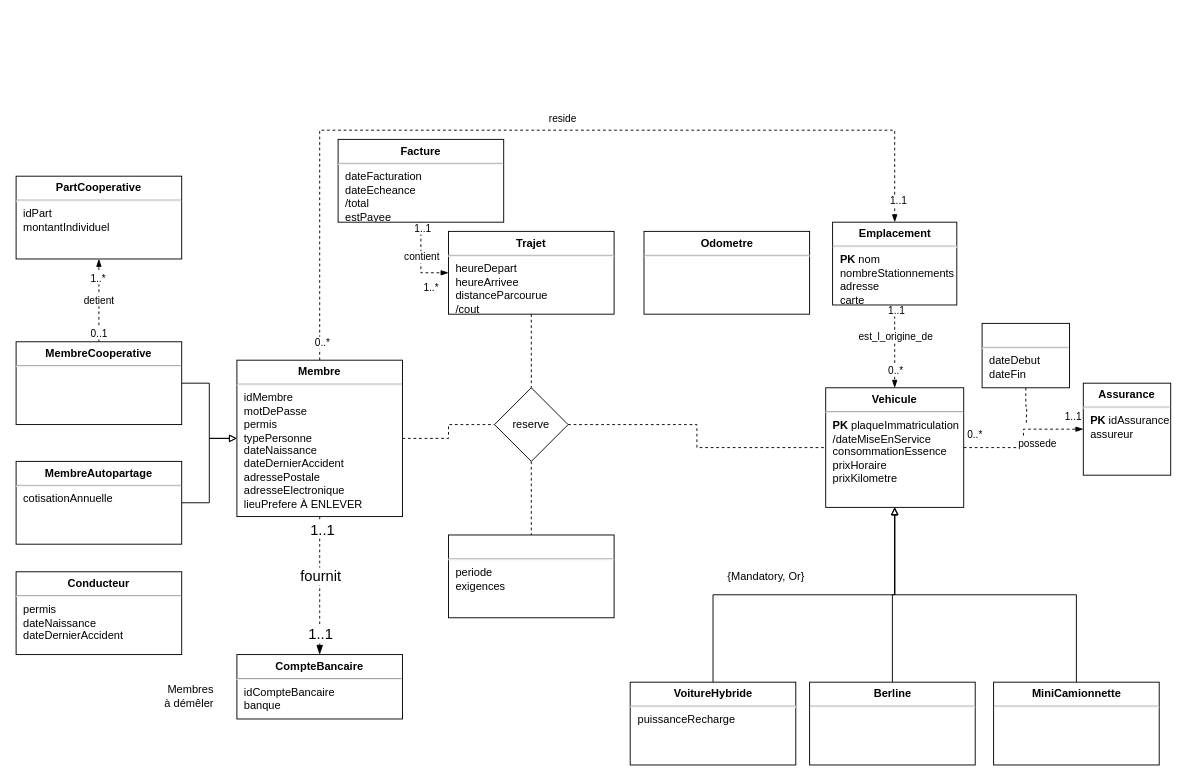
Earlier version of the draw.io diagram page "Juliette" (2 of 2) of TP4.drawio (lyg2/Reservation-SQL). Source tidied: cells renumbered, new cells numbered last; positions are measured from the earlier drawing's top-left corner, leaving out a move shared by most shapes. Both pictures are drawn from the tidied source at 92%, with x=0, y=0 at pixel (16, 130).
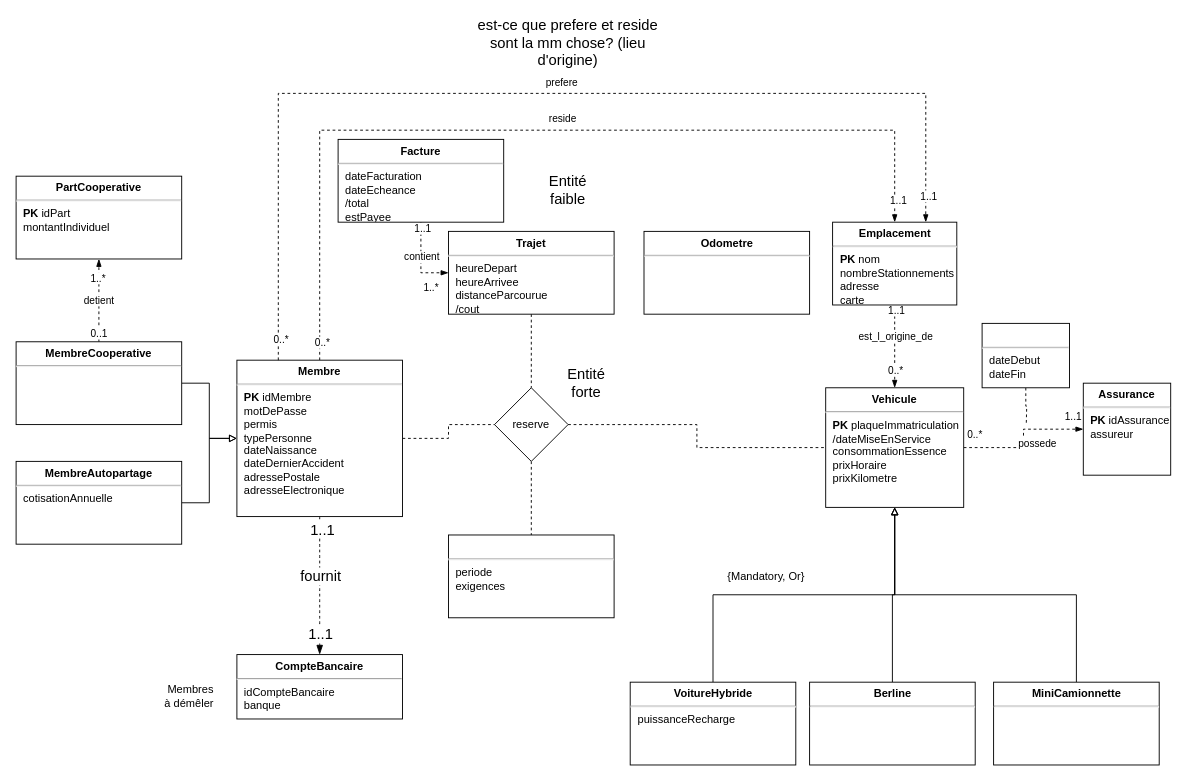
After the change.

The change refers to these unchanged cells:
```xml
<mxCell id="18" value="&lt;p style=&quot;margin:0px;margin-top:6px;text-align:center;&quot;&gt;&lt;b&gt;Emplacement&lt;/b&gt;&lt;/p&gt;&lt;hr&gt;&lt;p style=&quot;margin:0px;margin-left:8px;&quot;&gt;&lt;b&gt;PK&lt;/b&gt; nom&lt;/p&gt;&lt;p style=&quot;margin:0px;margin-left:8px;&quot;&gt;nombreStationnements&lt;/p&gt;&lt;p style=&quot;margin:0px;margin-left:8px;&quot;&gt;adresse&lt;/p&gt;&lt;p style=&quot;margin:0px;margin-left:8px;&quot;&gt;carte&lt;/p&gt;" style="align=left;overflow=fill;html=1;" parent="1" vertex="1">
  <mxGeometry x="887.5" y="100" width="135" height="90" as="geometry" />
</mxCell>
```

Change to the diagram source:
```diff
@@
-    <mxCell id="40" value="&lt;p style=&quot;margin:0px;margin-top:6px;text-align:center;&quot;&gt;&lt;b&gt;PartCooperative&lt;/b&gt;&lt;/p&gt;&lt;hr&gt;&lt;p style=&quot;margin:0px;margin-left:8px;&quot;&gt;idPart&lt;/p&gt;&lt;p style=&quot;margin:0px;margin-left:8px;&quot;&gt;montantIndividuel&lt;/p&gt;&lt;p style=&quot;margin:0px;margin-left:8px;&quot;&gt;&lt;br&gt;&lt;/p&gt;" style="align=left;overflow=fill;html=1;" parent="1" vertex="1">
+    <mxCell id="40" value="&lt;p style=&quot;margin:0px;margin-top:6px;text-align:center;&quot;&gt;&lt;b&gt;PartCooperative&lt;/b&gt;&lt;/p&gt;&lt;hr&gt;&lt;p style=&quot;margin:0px;margin-left:8px;&quot;&gt;&lt;b&gt;PK &lt;/b&gt;idPart&lt;/p&gt;&lt;p style=&quot;margin:0px;margin-left:8px;&quot;&gt;montantIndividuel&lt;/p&gt;&lt;p style=&quot;margin:0px;margin-left:8px;&quot;&gt;&lt;br&gt;&lt;/p&gt;" style="align=left;overflow=fill;html=1;" parent="1" vertex="1">
       <mxGeometry y="50" width="180" height="90" as="geometry" />
     </mxCell>
@@
-    <mxCell id="50" value="&lt;p style=&quot;margin:0px;margin-top:6px;text-align:center;&quot;&gt;&lt;b&gt;Membre&lt;/b&gt;&lt;/p&gt;&lt;hr&gt;&lt;p style=&quot;margin:0px;margin-left:8px;&quot;&gt;idMembre&lt;/p&gt;&lt;p style=&quot;margin:0px;margin-left:8px;&quot;&gt;motDePasse&lt;/p&gt;&lt;p style=&quot;margin:0px;margin-left:8px;&quot;&gt;permis&lt;/p&gt;&lt;p style=&quot;margin:0px;margin-left:8px;&quot;&gt;typePersonne&lt;br&gt;&lt;/p&gt;&lt;p style=&quot;margin:0px;margin-left:8px;&quot;&gt;dateNaissance&lt;br&gt;&lt;/p&gt;&lt;p style=&quot;margin:0px;margin-left:8px;&quot;&gt;dateDernierAccident&lt;br&gt;&lt;/p&gt;&lt;p style=&quot;margin:0px;margin-left:8px;&quot;&gt;adressePostale&lt;/p&gt;&lt;p style=&quot;margin:0px;margin-left:8px;&quot;&gt;adresseElectronique&lt;/p&gt;&lt;p style=&quot;margin:0px;margin-left:8px;&quot;&gt;lieuPrefere À ENLEVER&lt;/p&gt;&lt;p style=&quot;margin:0px;margin-left:8px;&quot;&gt;&lt;br&gt;&lt;/p&gt;" style="align=left;overflow=fill;html=1;" parent="1" vertex="1">
+    <mxCell id="50" value="&lt;p style=&quot;margin:0px;margin-top:6px;text-align:center;&quot;&gt;&lt;b&gt;Membre&lt;/b&gt;&lt;/p&gt;&lt;hr&gt;&lt;p style=&quot;margin:0px;margin-left:8px;&quot;&gt;&lt;b&gt;PK &lt;/b&gt;idMembre&lt;/p&gt;&lt;p style=&quot;margin:0px;margin-left:8px;&quot;&gt;motDePasse&lt;/p&gt;&lt;p style=&quot;margin:0px;margin-left:8px;&quot;&gt;permis&lt;/p&gt;&lt;p style=&quot;margin:0px;margin-left:8px;&quot;&gt;typePersonne&lt;br&gt;&lt;/p&gt;&lt;p style=&quot;margin:0px;margin-left:8px;&quot;&gt;dateNaissance&lt;br&gt;&lt;/p&gt;&lt;p style=&quot;margin:0px;margin-left:8px;&quot;&gt;dateDernierAccident&lt;br&gt;&lt;/p&gt;&lt;p style=&quot;margin:0px;margin-left:8px;&quot;&gt;adressePostale&lt;/p&gt;&lt;p style=&quot;margin:0px;margin-left:8px;&quot;&gt;adresseElectronique&lt;/p&gt;&lt;p style=&quot;margin:0px;margin-left:8px;&quot;&gt;&lt;br&gt;&lt;/p&gt;" style="align=left;overflow=fill;html=1;" parent="1" vertex="1">
       <mxGeometry x="240" y="250" width="180" height="170" as="geometry" />
     </mxCell>
-    <mxCell id="51" value="&lt;p style=&quot;margin:0px;margin-top:6px;text-align:center;&quot;&gt;&lt;b&gt;Conducteur&lt;/b&gt;&lt;/p&gt;&lt;hr&gt;&lt;p style=&quot;margin:0px;margin-left:8px;&quot;&gt;permis&lt;/p&gt;&lt;p style=&quot;margin:0px;margin-left:8px;&quot;&gt;dateNaissance&lt;/p&gt;&lt;p style=&quot;margin:0px;margin-left:8px;&quot;&gt;dateDernierAccident&lt;/p&gt;" style="align=left;overflow=fill;html=1;" parent="1" vertex="1">
-      <mxGeometry y="480" width="180" height="90" as="geometry" />
-    </mxCell>
@@
+    <mxCell id="54" style="edgeStyle=orthogonalEdgeStyle;rounded=0;jettySize=auto;html=1;entryX=0.75;entryY=0;entryDx=0;entryDy=0;exitX=0.25;exitY=0;exitDx=0;exitDy=0;endArrow=blockThin;dashed=1;endFill=1;" parent="1" edge="1" source="50" target="18">
+      <mxGeometry relative="1" as="geometry">
+        <Array as="points">
+          <mxPoint x="285" y="-40" />
+          <mxPoint x="989" y="-40" />
+        </Array>
+      </mxGeometry>
+    </mxCell>
+    <mxCell id="55" value="prefere" style="edgeLabel;html=1;align=center;verticalAlign=middle;" parent="54" vertex="1">
+      <mxGeometry x="0.06" y="2" relative="1" as="geometry">
+        <mxPoint x="-4" y="-11" as="offset" />
+      </mxGeometry>
+    </mxCell>
+    <mxCell id="56" value="1..1" style="edgeLabel;html=1;align=center;verticalAlign=middle;" parent="54" vertex="1">
+      <mxGeometry x="0.95" y="3" relative="1" as="geometry" />
+    </mxCell>
+    <mxCell id="57" value="0..*" style="edgeLabel;html=1;align=center;verticalAlign=middle;" parent="54" vertex="1">
+      <mxGeometry x="-0.96" y="-2" relative="1" as="geometry" />
+    </mxCell>
+    <mxCell id="58" value="est-ce que prefere et reside sont la mm chose? (lieu d'origine)" style="text;html=1;strokeColor=none;fillColor=none;align=center;verticalAlign=middle;whiteSpace=wrap;rounded=0;fontSize=16;" parent="1" vertex="1">
+      <mxGeometry x="500" y="-110" width="200" height="30" as="geometry" />
+    </mxCell>
+    <mxCell id="59" value="Entité faible" style="text;html=1;strokeColor=none;fillColor=none;align=center;verticalAlign=middle;whiteSpace=wrap;rounded=0;fontSize=16;" parent="1" vertex="1">
+      <mxGeometry x="570" y="50" width="60" height="30" as="geometry" />
+    </mxCell>
+    <mxCell id="60" value="Entité forte" style="text;html=1;strokeColor=none;fillColor=none;align=center;verticalAlign=middle;whiteSpace=wrap;rounded=0;fontSize=16;" parent="1" vertex="1">
+      <mxGeometry x="590" y="260" width="60" height="30" as="geometry" />
+    </mxCell>
```
